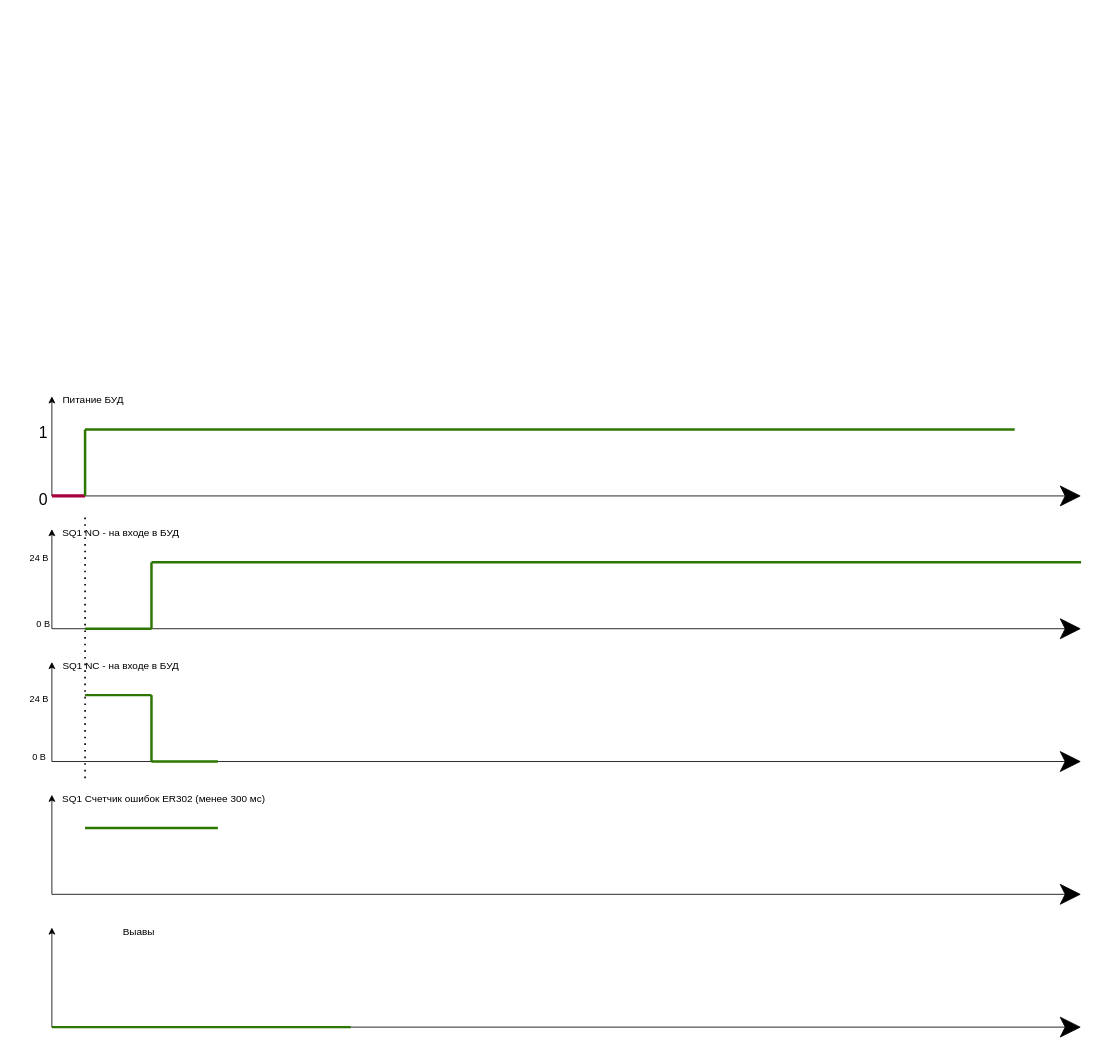
The draw.io diagram page "Страница-1" (2 of 3) of v2.drawio in AymaaDD/drawio, before the edit. Source tidied: cells renumbered, new cells numbered last; positions are measured from the earlier drawing's top-left corner, leaving out a move shared by most shapes. Both pictures are drawn from the tidied source at 83%, with x=0, y=0 at pixel (14, 388).
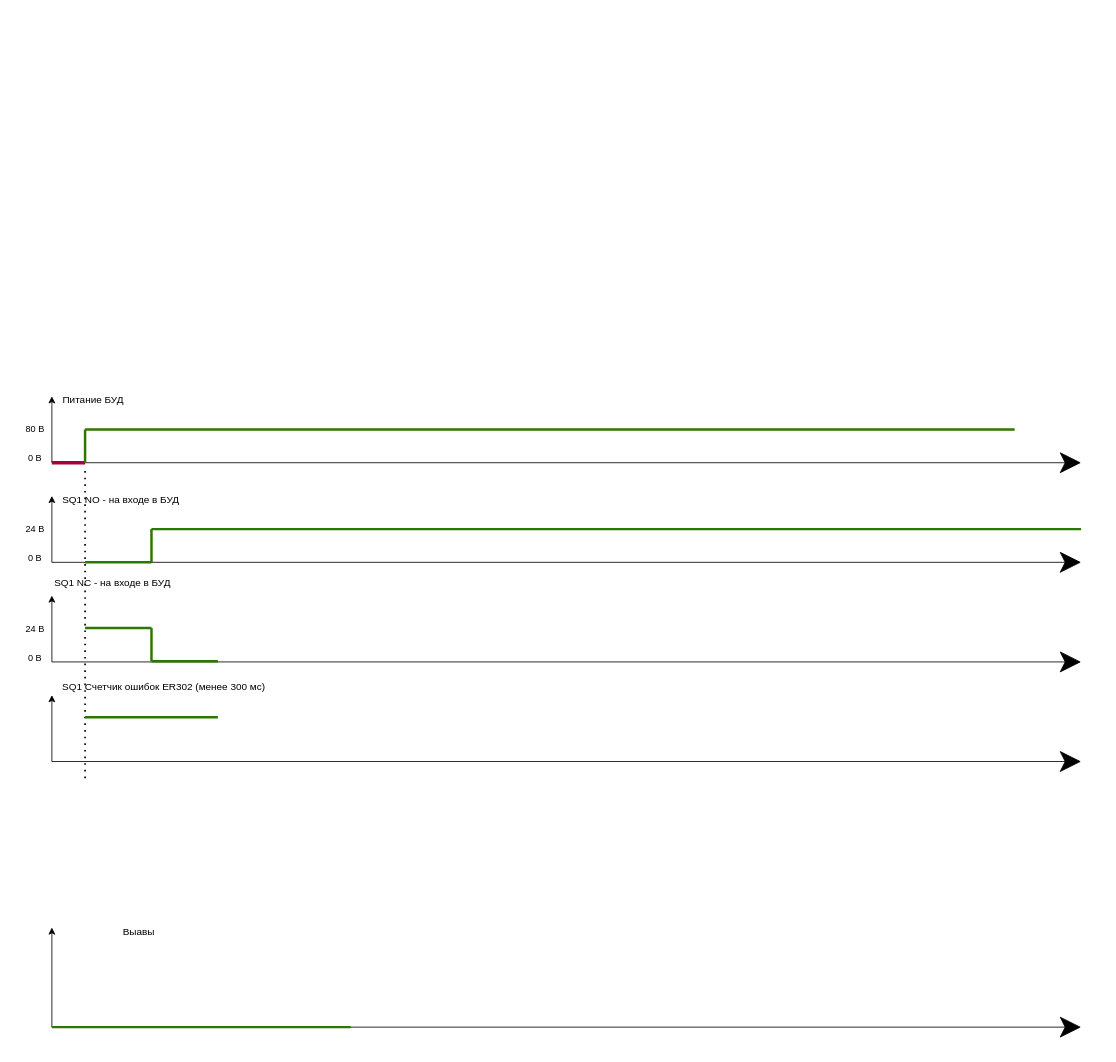
Above is the later version.

The edit, as a diff of the source:
```diff
@@
     <mxCell id="2" style="group;" parent="1" vertex="1">
-      <mxGeometry x="45" y="10" width="1240" height="120" as="geometry" />
+      <mxGeometry x="45" y="10" width="1240" height="80" as="geometry" />
     </mxCell>
     <mxCell id="3" style="endArrow=classic;html=1;rounded=0;" parent="2" edge="1">
       <mxGeometry relative="1" as="geometry">
-        <mxPoint y="120" as="sourcePoint" />
+        <mxPoint y="80" as="sourcePoint" />
         <mxPoint as="targetPoint" />
       </mxGeometry>
     </mxCell>
     <mxCell id="4" style="endArrow=classic;html=1;rounded=0;startSize=19;endSize=23;strokeColor=default;fontSize=18;" parent="2" edge="1">
       <mxGeometry relative="1" as="geometry">
-        <mxPoint y="120" as="sourcePoint" />
-        <mxPoint x="1240" y="120" as="targetPoint" />
+        <mxPoint y="80" as="sourcePoint" />
+        <mxPoint x="1240" y="80" as="targetPoint" />
       </mxGeometry>
     </mxCell>
-    <mxCell id="5" style="group;" parent="1" vertex="1">
-      <mxGeometry x="45" y="170" width="1240" height="120" as="geometry" />
+    <mxCell id="5" style="group;rotation=90;" parent="1" vertex="1">
+      <mxGeometry x="45" y="130" width="1240" height="80" as="geometry" />
     </mxCell>
     <mxCell id="6" style="endArrow=classic;html=1;rounded=0;" parent="5" edge="1">
       <mxGeometry relative="1" as="geometry">
-        <mxPoint y="120" as="sourcePoint" />
+        <mxPoint y="80" as="sourcePoint" />
         <mxPoint as="targetPoint" />
       </mxGeometry>
     </mxCell>
     <mxCell id="7" style="endArrow=classic;html=1;rounded=0;startSize=19;endSize=23;strokeColor=default;fontSize=18;" parent="5" edge="1">
       <mxGeometry relative="1" as="geometry">
-        <mxPoint y="120" as="sourcePoint" />
-        <mxPoint x="1240" y="120" as="targetPoint" />
+        <mxPoint y="80" as="sourcePoint" />
+        <mxPoint x="1240" y="80" as="targetPoint" />
       </mxGeometry>
     </mxCell>
+    <mxCell id="30" style="endArrow=none;html=1;rounded=0;fillColor=#60a917;strokeColor=#2D7600;strokeWidth=3;" parent="5" edge="1">
+      <mxGeometry relative="1" as="geometry">
+        <mxPoint x="120" y="80" as="sourcePoint" />
+        <mxPoint x="40" y="80" as="targetPoint" />
+      </mxGeometry>
+    </mxCell>
+    <mxCell id="33" style="endArrow=none;html=1;rounded=0;fillColor=#60a917;strokeColor=#2D7600;strokeWidth=3;" parent="5" edge="1">
+      <mxGeometry relative="1" as="geometry">
+        <mxPoint x="120" y="80" as="sourcePoint" />
+        <mxPoint x="120" y="40" as="targetPoint" />
+      </mxGeometry>
+    </mxCell>
+    <mxCell id="31" style="group;" parent="5" vertex="1">
+      <mxGeometry x="120" y="40" width="1120" height="40" as="geometry" />
+    </mxCell>
+    <mxCell id="32" style="endArrow=none;html=1;rounded=0;fillColor=#60a917;strokeColor=#2D7600;strokeWidth=3;" parent="31" edge="1">
+      <mxGeometry relative="1" as="geometry">
+        <mxPoint x="1120" as="sourcePoint" />
+        <mxPoint as="targetPoint" />
+      </mxGeometry>
+    </mxCell>
     <mxCell id="8" style="group;" parent="1" vertex="1">
-      <mxGeometry x="45" y="330" width="1240" height="120" as="geometry" />
+      <mxGeometry x="45" y="250" width="1240" height="80" as="geometry" />
     </mxCell>
     <mxCell id="9" style="endArrow=classic;html=1;rounded=0;" parent="8" edge="1">
       <mxGeometry relative="1" as="geometry">
-        <mxPoint y="120" as="sourcePoint" />
+        <mxPoint y="80" as="sourcePoint" />
         <mxPoint as="targetPoint" />
       </mxGeometry>
     </mxCell>
     <mxCell id="10" style="endArrow=classic;html=1;rounded=0;startSize=19;endSize=23;strokeColor=default;fontSize=18;" parent="8" edge="1">
       <mxGeometry relative="1" as="geometry">
-        <mxPoint y="120" as="sourcePoint" />
-        <mxPoint x="1240" y="120" as="targetPoint" />
+        <mxPoint y="80" as="sourcePoint" />
+        <mxPoint x="1240" y="80" as="targetPoint" />
       </mxGeometry>
     </mxCell>
-    <mxCell id="11" style="group;" parent="1" vertex="1">
-      <mxGeometry x="45" y="490" width="1240" height="120" as="geometry" />
-    </mxCell>
-    <mxCell id="12" style="endArrow=classic;html=1;rounded=0;" parent="11" edge="1">
-      <mxGeometry relative="1" as="geometry">
-        <mxPoint y="120" as="sourcePoint" />
-        <mxPoint as="targetPoint" />
-      </mxGeometry>
-    </mxCell>
-    <mxCell id="13" style="endArrow=classic;html=1;rounded=0;startSize=19;endSize=23;strokeColor=default;fontSize=18;" parent="11" edge="1">
-      <mxGeometry relative="1" as="geometry">
-        <mxPoint y="120" as="sourcePoint" />
-        <mxPoint x="1240" y="120" as="targetPoint" />
-      </mxGeometry>
-    </mxCell>
-    <mxCell id="14" value="SQ1 Счетчик ошибок ER302 (менее 300 мс)" style="text;html=1;whiteSpace=wrap;strokeColor=none;fillColor=none;align=center;verticalAlign=middle;rounded=0;" parent="11" vertex="1">
-      <mxGeometry x="-30" y="-10" width="330" height="30" as="geometry" />
-    </mxCell>
-    <mxCell id="15" style="endArrow=none;html=1;rounded=0;fillColor=#60a917;strokeColor=#2D7600;strokeWidth=3;" parent="11" edge="1">
-      <mxGeometry relative="1" as="geometry">
-        <mxPoint x="200" y="40" as="sourcePoint" />
-        <mxPoint x="40" y="40" as="targetPoint" />
-      </mxGeometry>
-    </mxCell>
-    <mxCell id="16" style="endArrow=none;html=1;rounded=0;fillColor=#60a917;strokeColor=#2D7600;strokeWidth=3;" parent="11" edge="1" target="11">
-      <mxGeometry relative="1" as="geometry">
-        <mxPoint x="40" y="120" as="sourcePoint" />
-      </mxGeometry>
-    </mxCell>
+    <mxCell id="34" style="endArrow=none;html=1;rounded=0;fillColor=#60a917;strokeColor=#2D7600;strokeWidth=3;" parent="8" edge="1">
+      <mxGeometry relative="1" as="geometry">
+        <mxPoint x="120" y="39.2" as="sourcePoint" />
+        <mxPoint x="40" y="39.2" as="targetPoint" />
+      </mxGeometry>
+    </mxCell>
+    <mxCell id="36" style="endArrow=none;html=1;rounded=0;fillColor=#60a917;strokeColor=#2D7600;strokeWidth=3;" parent="8" edge="1">
+      <mxGeometry relative="1" as="geometry">
+        <mxPoint x="120" y="79.2" as="sourcePoint" />
+        <mxPoint x="120" y="39.2" as="targetPoint" />
+      </mxGeometry>
+    </mxCell>
+    <mxCell id="37" style="endArrow=none;html=1;rounded=0;fillColor=#60a917;strokeColor=#2D7600;strokeWidth=3;" parent="8" edge="1">
+      <mxGeometry relative="1" as="geometry">
+        <mxPoint x="200" y="79.2" as="sourcePoint" />
+        <mxPoint x="120" y="79.2" as="targetPoint" />
+      </mxGeometry>
+    </mxCell>
@@
     <mxCell id="18" style="endArrow=none;html=1;rounded=0;fillColor=#d80073;strokeColor=#A50040;strokeWidth=4;" parent="1" edge="1">
       <mxGeometry relative="1" as="geometry">
-        <mxPoint x="45" y="130" as="sourcePoint" />
-        <mxPoint x="85" y="130" as="targetPoint" />
+        <mxPoint x="45" y="90" as="sourcePoint" />
+        <mxPoint x="85" y="90" as="targetPoint" />
       </mxGeometry>
     </mxCell>
-    <mxCell id="19" value="1" style="text;html=1;whiteSpace=wrap;strokeColor=none;fillColor=none;align=center;verticalAlign=middle;rounded=0;fontSize=19;" parent="1" vertex="1">
-      <mxGeometry x="5" y="40" width="60" height="30" as="geometry" />
-    </mxCell>
-    <mxCell id="20" value="0" style="text;html=1;whiteSpace=wrap;strokeColor=none;fillColor=none;align=center;verticalAlign=middle;rounded=0;fontSize=19;" parent="1" vertex="1">
-      <mxGeometry x="5" y="120" width="60" height="30" as="geometry" />
-    </mxCell>
     <mxCell id="21" value="SQ1 NO - на входе в БУД&amp;nbsp;" style="text;html=1;whiteSpace=wrap;strokeColor=none;fillColor=none;align=center;verticalAlign=middle;rounded=0;" parent="1" vertex="1">
-      <mxGeometry x="45" y="160" width="170" height="30" as="geometry" />
+      <mxGeometry x="45" y="120" width="170" height="30" as="geometry" />
     </mxCell>
     <mxCell id="22" value="SQ1 NC - на входе в БУД&amp;nbsp;" style="text;html=1;whiteSpace=wrap;strokeColor=none;fillColor=none;align=center;verticalAlign=middle;rounded=0;" parent="1" vertex="1">
-      <mxGeometry x="45" y="320" width="170" height="30" as="geometry" />
+      <mxGeometry x="35" y="220" width="170" height="30" as="geometry" />
     </mxCell>
     <mxCell id="23" value="24 В" style="text;html=1;whiteSpace=wrap;strokeColor=none;fillColor=none;align=center;verticalAlign=middle;rounded=0;fontSize=11;" parent="1" vertex="1">
-      <mxGeometry x="5" y="360" width="50" height="30" as="geometry" />
+      <mxGeometry x="5" y="275" width="40" height="30" as="geometry" />
     </mxCell>
     <mxCell id="24" value="0 В" style="text;html=1;whiteSpace=wrap;strokeColor=none;fillColor=none;align=center;verticalAlign=middle;rounded=0;fontSize=11;" parent="1" vertex="1">
-      <mxGeometry y="430" width="60" height="30" as="geometry" />
+      <mxGeometry x="5" y="310" width="40" height="30" as="geometry" />
     </mxCell>
-    <mxCell id="25" value="24 В" style="text;html=1;whiteSpace=wrap;strokeColor=none;fillColor=none;align=center;verticalAlign=middle;rounded=0;fontSize=11;" parent="1" vertex="1">
-      <mxGeometry x="5" y="190" width="50" height="30" as="geometry" />
-    </mxCell>
-    <mxCell id="26" value="0 В" style="text;html=1;whiteSpace=wrap;strokeColor=none;fillColor=none;align=center;verticalAlign=middle;rounded=0;fontSize=11;" parent="1" vertex="1">
-      <mxGeometry x="5" y="270" width="60" height="30" as="geometry" />
-    </mxCell>
     <mxCell id="27" style="group;" parent="1" vertex="1">
-      <mxGeometry x="85" y="50" width="1120" height="80" as="geometry" />
+      <mxGeometry x="85" y="50" width="1120" height="40" as="geometry" />
     </mxCell>
     <mxCell id="28" style="endArrow=none;html=1;rounded=0;fillColor=#60a917;strokeColor=#2D7600;strokeWidth=3;" parent="27" edge="1">
       <mxGeometry relative="1" as="geometry">
-        <mxPoint y="80" as="sourcePoint" />
+        <mxPoint y="40" as="sourcePoint" />
         <mxPoint as="targetPoint" />
       </mxGeometry>
     </mxCell>
@@
-    <mxCell id="30" style="endArrow=none;html=1;rounded=0;fillColor=#60a917;strokeColor=#2D7600;strokeWidth=3;" parent="1" edge="1">
-      <mxGeometry relative="1" as="geometry">
-        <mxPoint x="165" y="290" as="sourcePoint" />
-        <mxPoint x="85" y="290" as="targetPoint" />
-      </mxGeometry>
-    </mxCell>
-    <mxCell id="31" style="group;" parent="1" vertex="1">
-      <mxGeometry x="165" y="210" width="1120" height="80" as="geometry" />
-    </mxCell>
-    <mxCell id="32" style="endArrow=none;html=1;rounded=0;fillColor=#60a917;strokeColor=#2D7600;strokeWidth=3;" parent="31" edge="1">
-      <mxGeometry relative="1" as="geometry">
-        <mxPoint x="1120" as="sourcePoint" />
-        <mxPoint as="targetPoint" />
-      </mxGeometry>
-    </mxCell>
-    <mxCell id="33" style="endArrow=none;html=1;rounded=0;fillColor=#60a917;strokeColor=#2D7600;strokeWidth=3;" parent="1" edge="1">
-      <mxGeometry relative="1" as="geometry">
-        <mxPoint x="165" y="290" as="sourcePoint" />
-        <mxPoint x="165" y="210" as="targetPoint" />
-      </mxGeometry>
-    </mxCell>
-    <mxCell id="34" style="endArrow=none;html=1;rounded=0;fillColor=#60a917;strokeColor=#2D7600;strokeWidth=3;" parent="1" edge="1">
-      <mxGeometry relative="1" as="geometry">
-        <mxPoint x="165" y="370" as="sourcePoint" />
-        <mxPoint x="85" y="370" as="targetPoint" />
-      </mxGeometry>
-    </mxCell>
     <mxCell id="35" style="endArrow=none;dashed=1;html=1;dashPattern=1 3;strokeWidth=2;rounded=0;" parent="1" edge="1">
       <mxGeometry relative="1" as="geometry">
         <mxPoint x="85" y="470" as="sourcePoint" />
-        <mxPoint x="85" y="150" as="targetPoint" />
+        <mxPoint x="85" y="100" as="targetPoint" />
       </mxGeometry>
     </mxCell>
-    <mxCell id="36" style="endArrow=none;html=1;rounded=0;fillColor=#60a917;strokeColor=#2D7600;strokeWidth=3;" parent="1" edge="1">
-      <mxGeometry relative="1" as="geometry">
-        <mxPoint x="165" y="450" as="sourcePoint" />
-        <mxPoint x="165" y="370" as="targetPoint" />
-      </mxGeometry>
-    </mxCell>
-    <mxCell id="37" style="endArrow=none;html=1;rounded=0;fillColor=#60a917;strokeColor=#2D7600;strokeWidth=3;" parent="1" edge="1">
-      <mxGeometry relative="1" as="geometry">
-        <mxPoint x="245" y="450" as="sourcePoint" />
-        <mxPoint x="165" y="450" as="targetPoint" />
-      </mxGeometry>
-    </mxCell>
@@
+    <mxCell id="25" value="24 В" style="text;html=1;whiteSpace=wrap;strokeColor=none;fillColor=none;align=center;verticalAlign=middle;rounded=0;fontSize=11;" parent="1" vertex="1">
+      <mxGeometry x="5" y="155" width="40" height="30" as="geometry" />
+    </mxCell>
+    <mxCell id="43" value="0 В" style="text;html=1;whiteSpace=wrap;strokeColor=none;fillColor=none;align=center;verticalAlign=middle;rounded=0;fontSize=11;" parent="1" vertex="1">
+      <mxGeometry x="5" y="190" width="40" height="30" as="geometry" />
+    </mxCell>
+    <mxCell id="44" value="80 В" style="text;html=1;whiteSpace=wrap;strokeColor=none;fillColor=none;align=center;verticalAlign=middle;rounded=0;fontSize=11;" parent="1" vertex="1">
+      <mxGeometry x="5" y="35" width="40" height="30" as="geometry" />
+    </mxCell>
+    <mxCell id="45" value="0 В" style="text;html=1;whiteSpace=wrap;strokeColor=none;fillColor=none;align=center;verticalAlign=middle;rounded=0;fontSize=11;" parent="1" vertex="1">
+      <mxGeometry x="5" y="70" width="40" height="30" as="geometry" />
+    </mxCell>
+    <mxCell id="14" value="SQ1 Счетчик ошибок ER302 (менее 300 мс)" style="text;html=1;whiteSpace=wrap;strokeColor=none;fillColor=none;align=center;verticalAlign=middle;rounded=0;" parent="1" vertex="1">
+      <mxGeometry x="15" y="350" width="330" height="20" as="geometry" />
+    </mxCell>
+    <mxCell id="12" style="endArrow=classic;html=1;rounded=0;" parent="1" edge="1">
+      <mxGeometry relative="1" as="geometry">
+        <mxPoint x="45" y="450" as="sourcePoint" />
+        <mxPoint x="45" y="370" as="targetPoint" />
+      </mxGeometry>
+    </mxCell>
+    <mxCell id="13" style="endArrow=classic;html=1;rounded=0;startSize=19;endSize=23;strokeColor=default;fontSize=18;" parent="1" edge="1">
+      <mxGeometry relative="1" as="geometry">
+        <mxPoint x="45" y="450" as="sourcePoint" />
+        <mxPoint x="1285" y="450" as="targetPoint" />
+      </mxGeometry>
+    </mxCell>
+    <mxCell id="15" style="endArrow=none;html=1;rounded=0;fillColor=#60a917;strokeColor=#2D7600;strokeWidth=3;" parent="1" edge="1">
+      <mxGeometry relative="1" as="geometry">
+        <mxPoint x="245" y="396.7" as="sourcePoint" />
+        <mxPoint x="85" y="396.7" as="targetPoint" />
+      </mxGeometry>
+    </mxCell>
```
